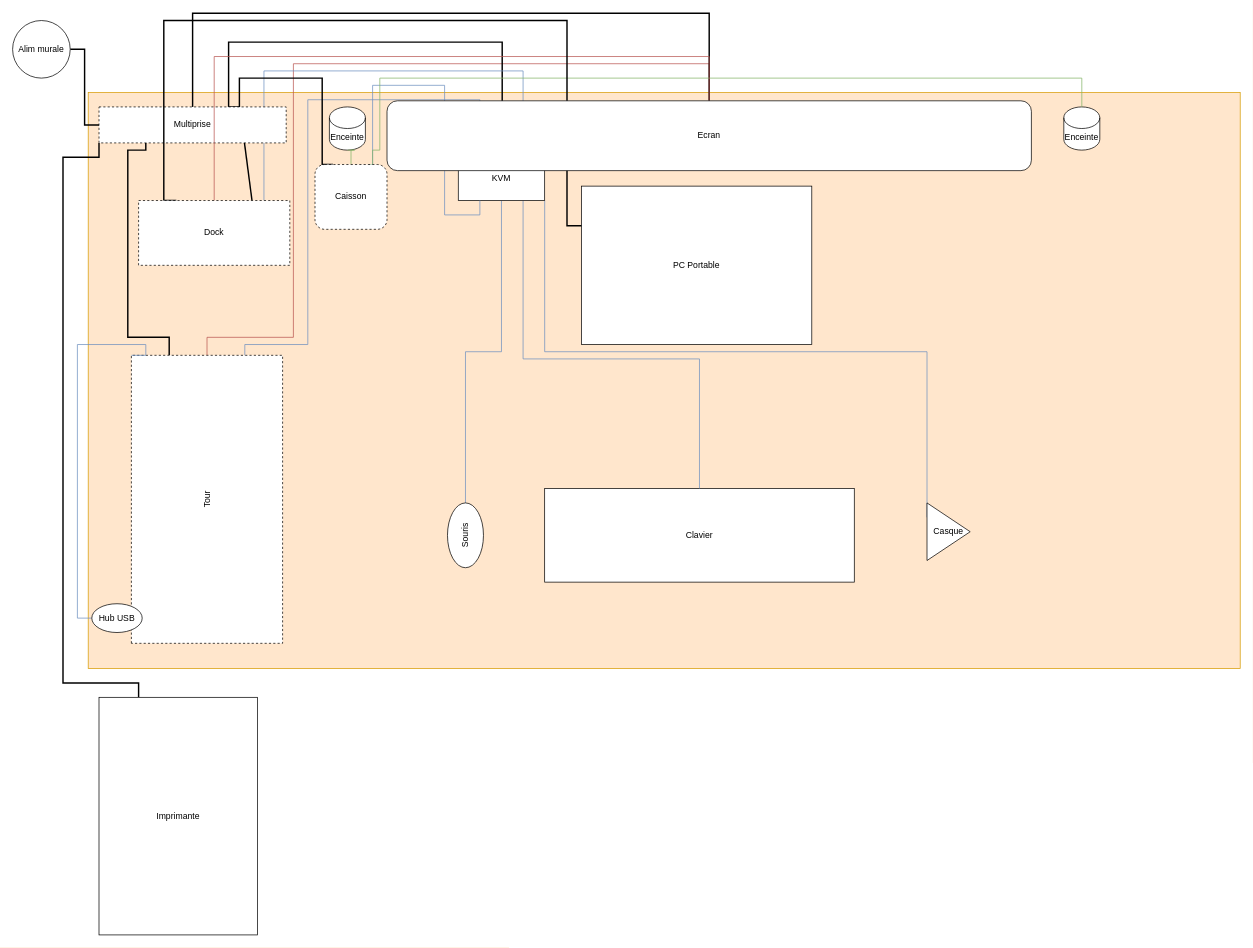
This is dossier/Installation.drawio from docv266/Installation, a draw.io file, before an edit. Source tidied: cells renumbered, new cells numbered last; positions are measured from the earlier drawing's top-left corner, leaving out a move shared by most shapes. Both pictures are drawn from the tidied source at 72%, with x=0, y=0 at pixel (12, 13).
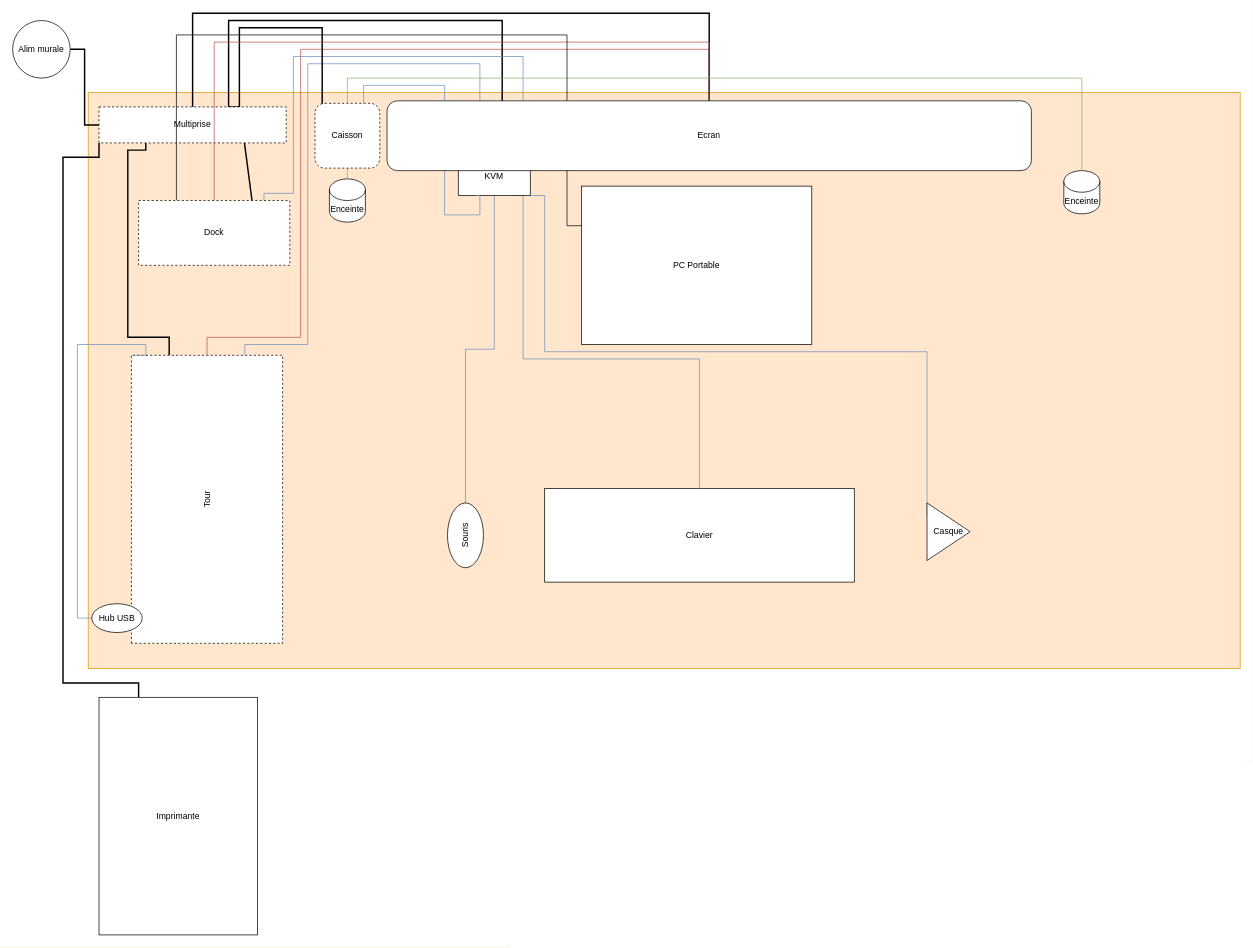
The same page after the edit.

The change refers to these unchanged cells:
```xml
<mxCell id="7" value="Tour" style="rounded=0;whiteSpace=wrap;html=1;rotation=-90;dashed=1;" parent="1" vertex="1">
  <mxGeometry x="70" y="570" width="400" height="210" as="geometry" />
</mxCell>
<mxCell id="9" value="PC Portable" style="rounded=0;whiteSpace=wrap;html=1;" parent="1" vertex="1">
  <mxGeometry x="790" y="240" width="320" height="220" as="geometry" />
</mxCell>
<mxCell id="20" value="Multiprise" style="rounded=0;whiteSpace=wrap;html=1;dashed=1;" parent="1" vertex="1">
  <mxGeometry x="120" y="130" width="260" height="50" as="geometry" />
</mxCell>
<mxCell id="32" value="Dock" style="rounded=0;whiteSpace=wrap;html=1;dashed=1;" parent="1" vertex="1">
  <mxGeometry x="175" y="260" width="210" height="90" as="geometry" />
</mxCell>
<mxCell id="35" value="Ecran" style="rounded=1;whiteSpace=wrap;html=1;" parent="1" vertex="1">
  <mxGeometry x="520" y="121.5" width="895" height="97" as="geometry" />
</mxCell>
```

Change to the diagram source:
```diff
@@
     <mxCell id="5" style="edgeStyle=orthogonalEdgeStyle;rounded=0;jettySize=auto;html=1;exitX=1;exitY=0.5;exitDx=0;exitDy=0;entryX=0.5;entryY=0;entryDx=0;entryDy=0;endArrow=none;endFill=0;fillColor=#f8cecc;strokeColor=#b85450;" parent="1" edge="1" source="7" target="35">
       <mxGeometry relative="1" as="geometry">
         <Array as="points">
           <mxPoint x="270" y="450" />
-          <mxPoint x="390" y="450" />
-          <mxPoint x="390" y="70" />
-          <mxPoint x="968" y="70" />
+          <mxPoint x="400" y="450" />
+          <mxPoint x="400" y="50" />
+          <mxPoint x="968" y="50" />
         </Array>
       </mxGeometry>
     </mxCell>
@@
     <mxCell id="15" style="edgeStyle=orthogonalEdgeStyle;rounded=0;jettySize=auto;html=1;exitX=0.5;exitY=0;exitDx=0;exitDy=0;entryX=0.75;entryY=0;entryDx=0;entryDy=0;endArrow=none;endFill=0;strokeWidth=2;" parent="1" edge="1" source="19" target="20">
       <mxGeometry relative="1" as="geometry">
         <Array as="points">
           <mxPoint x="680" y="200" />
-          <mxPoint x="680" y="40" />
-          <mxPoint x="300" y="40" />
+          <mxPoint x="680" y="10" />
+          <mxPoint x="300" y="10" />
           <mxPoint x="300" y="130" />
         </Array>
       </mxGeometry>
     </mxCell>
     <mxCell id="16" style="edgeStyle=orthogonalEdgeStyle;rounded=0;jettySize=auto;html=1;exitX=0.75;exitY=0;exitDx=0;exitDy=0;entryX=0.829;entryY=0;entryDx=0;entryDy=0;entryPerimeter=0;endArrow=none;endFill=0;strokeWidth=1;fillColor=#dae8fc;strokeColor=#6c8ebf;" parent="1" edge="1" source="19" target="32">
       <mxGeometry relative="1" as="geometry">
         <Array as="points">
-          <mxPoint x="709" y="80" />
-          <mxPoint x="349" y="80" />
+          <mxPoint x="709" y="200" />
+          <mxPoint x="709" y="60" />
+          <mxPoint x="390" y="60" />
+          <mxPoint x="390" y="250" />
+          <mxPoint x="349" y="250" />
         </Array>
       </mxGeometry>
     </mxCell>
     <mxCell id="17" style="edgeStyle=orthogonalEdgeStyle;rounded=0;jettySize=auto;html=1;exitX=0.25;exitY=0;exitDx=0;exitDy=0;entryX=1;entryY=0.75;entryDx=0;entryDy=0;endArrow=none;endFill=0;strokeWidth=1;fillColor=#dae8fc;strokeColor=#6c8ebf;" parent="1" edge="1" source="19" target="7">
       <mxGeometry relative="1" as="geometry">
         <Array as="points">
-          <mxPoint x="649" y="120" />
-          <mxPoint x="410" y="120" />
+          <mxPoint x="649" y="70" />
+          <mxPoint x="410" y="70" />
           <mxPoint x="410" y="460" />
           <mxPoint x="323" y="460" />
         </Array>
       </mxGeometry>
     </mxCell>
@@
     <mxCell id="19" value="KVM" style="rounded=0;whiteSpace=wrap;html=1;" parent="1" vertex="1">
-      <mxGeometry x="619" y="200" width="120" height="60" as="geometry" />
+      <mxGeometry x="619" y="200" width="100" height="53" as="geometry" />
     </mxCell>
@@
     <mxCell id="22" value="Enceinte" style="shape=cylinder3;whiteSpace=wrap;html=1;boundedLbl=1;backgroundOutline=1;size=15;" parent="1" vertex="1">
-      <mxGeometry x="1460" y="130" width="50" height="60" as="geometry" />
+      <mxGeometry x="1460" y="218.5" width="50" height="60" as="geometry" />
     </mxCell>
     <mxCell id="23" value="Enceinte" style="shape=cylinder3;whiteSpace=wrap;html=1;boundedLbl=1;backgroundOutline=1;size=15;" parent="1" vertex="1">
-      <mxGeometry x="440" y="130" width="50" height="60" as="geometry" />
+      <mxGeometry x="440" y="230" width="50" height="60" as="geometry" />
     </mxCell>
     <mxCell id="24" style="edgeStyle=orthogonalEdgeStyle;rounded=0;jettySize=auto;html=1;exitX=0.25;exitY=0;exitDx=0;exitDy=0;strokeWidth=2;endArrow=none;endFill=0;entryX=0.75;entryY=0;entryDx=0;entryDy=0;" parent="1" edge="1" source="28" target="20">
       <mxGeometry relative="1" as="geometry">
         <Array as="points">
+          <mxPoint x="442" y="210" />
           <mxPoint x="430" y="210" />
-          <mxPoint x="430" y="90" />
-          <mxPoint x="315" y="90" />
+          <mxPoint x="430" y="20" />
+          <mxPoint x="315" y="20" />
         </Array>
       </mxGeometry>
     </mxCell>
-    <mxCell id="25" style="edgeStyle=orthogonalEdgeStyle;rounded=0;jettySize=auto;html=1;exitX=0.5;exitY=0;exitDx=0;exitDy=0;entryX=0.5;entryY=1;entryDx=0;entryDy=0;entryPerimeter=0;endArrow=none;endFill=0;strokeWidth=1;fillColor=#d5e8d4;strokeColor=#82b366;" parent="1" edge="1" source="28" target="23">
+    <mxCell id="25" style="edgeStyle=orthogonalEdgeStyle;rounded=0;jettySize=auto;html=1;exitX=0.5;exitY=1;exitDx=0;exitDy=0;entryX=0.5;entryY=0;entryDx=0;entryDy=0;entryPerimeter=0;endArrow=none;endFill=0;strokeWidth=1;fillColor=#d5e8d4;strokeColor=#82b366;" parent="1" edge="1" source="28" target="23">
       <mxGeometry relative="1" as="geometry">
         <Array as="points">
-          <mxPoint x="475" y="190" />
-          <mxPoint x="475" y="190" />
+          <mxPoint x="465" y="230" />
+          <mxPoint x="465" y="230" />
         </Array>
       </mxGeometry>
     </mxCell>
     <mxCell id="26" style="edgeStyle=orthogonalEdgeStyle;rounded=0;jettySize=auto;html=1;exitX=0.75;exitY=0;exitDx=0;exitDy=0;entryX=0.25;entryY=1;entryDx=0;entryDy=0;endArrow=none;endFill=0;strokeWidth=1;fillColor=#dae8fc;strokeColor=#6c8ebf;" parent="1" edge="1" source="28" target="19">
       <mxGeometry relative="1" as="geometry">
         <Array as="points">
-          <mxPoint x="500" y="210" />
-          <mxPoint x="500" y="100" />
+          <mxPoint x="488" y="100" />
           <mxPoint x="600" y="100" />
           <mxPoint x="600" y="280" />
           <mxPoint x="649" y="280" />
         </Array>
       </mxGeometry>
     </mxCell>
-    <mxCell id="27" style="edgeStyle=orthogonalEdgeStyle;rounded=0;jettySize=auto;html=1;exitX=0.75;exitY=0;exitDx=0;exitDy=0;entryX=0.5;entryY=0;entryDx=0;entryDy=0;entryPerimeter=0;endArrow=none;endFill=0;strokeWidth=1;fillColor=#d5e8d4;strokeColor=#82b366;" parent="1" edge="1" source="28" target="22">
+    <mxCell id="27" style="edgeStyle=orthogonalEdgeStyle;rounded=0;jettySize=auto;html=1;exitX=0.5;exitY=0;exitDx=0;exitDy=0;entryX=0.5;entryY=0;entryDx=0;entryDy=0;entryPerimeter=0;endArrow=none;endFill=0;strokeWidth=1;fillColor=#d5e8d4;strokeColor=#82b366;" parent="1" edge="1" source="28" target="22">
       <mxGeometry relative="1" as="geometry">
         <Array as="points">
-          <mxPoint x="500" y="210" />
-          <mxPoint x="500" y="190" />
-          <mxPoint x="510" y="190" />
-          <mxPoint x="510" y="90" />
+          <mxPoint x="465" y="90" />
           <mxPoint x="1485" y="90" />
         </Array>
       </mxGeometry>
     </mxCell>
     <mxCell id="28" value="Caisson" style="rounded=1;whiteSpace=wrap;html=1;dashed=1;" parent="1" vertex="1">
-      <mxGeometry x="420" y="210" width="100" height="90" as="geometry" />
+      <mxGeometry x="420" y="125" width="90" height="90" as="geometry" />
     </mxCell>
@@
     <mxCell id="30" style="edgeStyle=orthogonalEdgeStyle;rounded=0;jettySize=auto;html=1;exitX=0.5;exitY=0;exitDx=0;exitDy=0;entryX=0.5;entryY=0;entryDx=0;entryDy=0;endArrow=none;endFill=0;fillColor=#f8cecc;strokeColor=#b85450;" parent="1" edge="1" source="32" target="35">
       <mxGeometry relative="1" as="geometry">
         <Array as="points">
-          <mxPoint x="280" y="60" />
-          <mxPoint x="968" y="60" />
+          <mxPoint x="280" y="40" />
+          <mxPoint x="968" y="40" />
         </Array>
       </mxGeometry>
     </mxCell>
-    <mxCell id="31" style="edgeStyle=orthogonalEdgeStyle;rounded=0;jettySize=auto;html=1;exitX=0.25;exitY=0;exitDx=0;exitDy=0;entryX=0;entryY=0.25;entryDx=0;entryDy=0;endArrow=none;endFill=0;strokeWidth=2;" parent="1" edge="1" source="32" target="9">
+    <mxCell id="31" style="edgeStyle=orthogonalEdgeStyle;rounded=0;jettySize=auto;html=1;exitX=0.25;exitY=0;exitDx=0;exitDy=0;entryX=0;entryY=0.25;entryDx=0;entryDy=0;endArrow=none;endFill=0;strokeWidth=1;" parent="1" edge="1" source="32" target="9">
       <mxGeometry relative="1" as="geometry">
         <Array as="points">
-          <mxPoint x="210" y="260" />
-          <mxPoint x="210" y="10" />
-          <mxPoint x="770" y="10" />
+          <mxPoint x="228" y="30" />
+          <mxPoint x="770" y="30" />
           <mxPoint x="770" y="295" />
         </Array>
       </mxGeometry>
     </mxCell>
```
